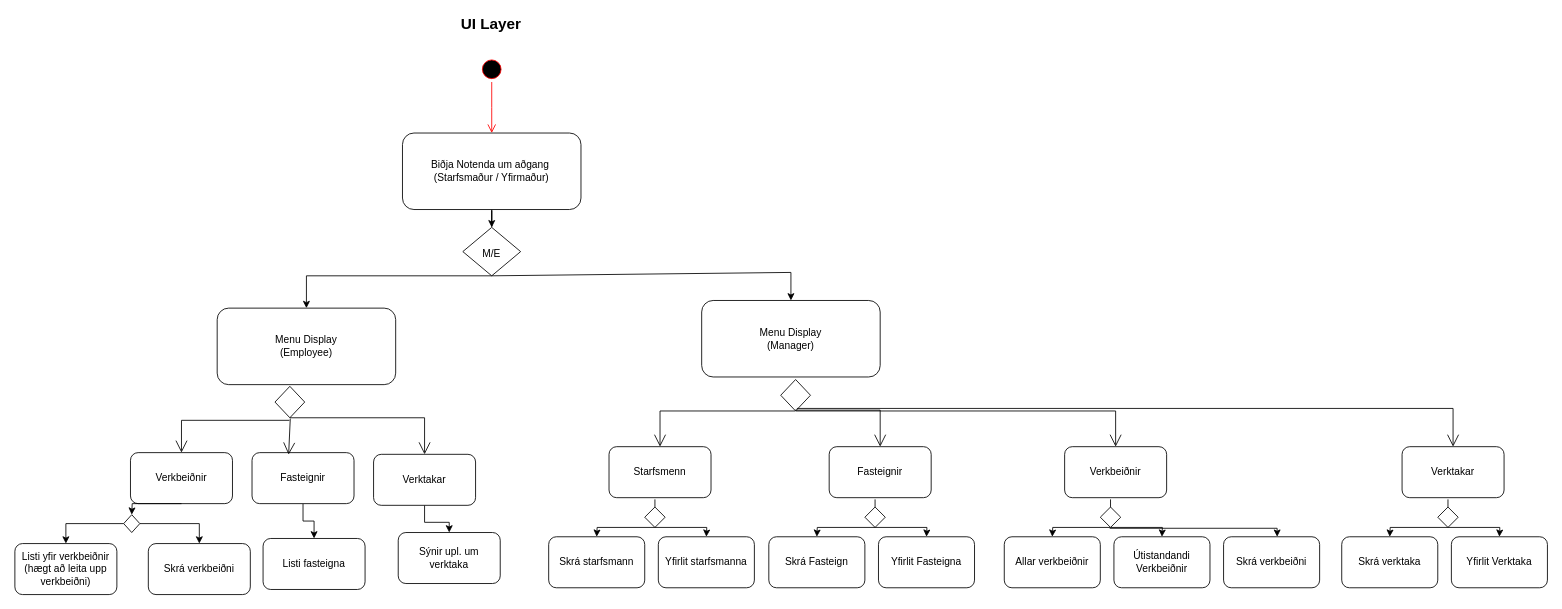
Above: design/rit/State_Diagram_UI.drawio in Sesslja/Verklegtnamskeid-1 (draw.io), before the change. Source tidied: cells renumbered, new cells numbered last; positions are measured from the earlier drawing's top-left corner, leaving out a move shared by most shapes. Both pictures are drawn from the tidied source at 85%, with x=0, y=0 at pixel (14, 15).
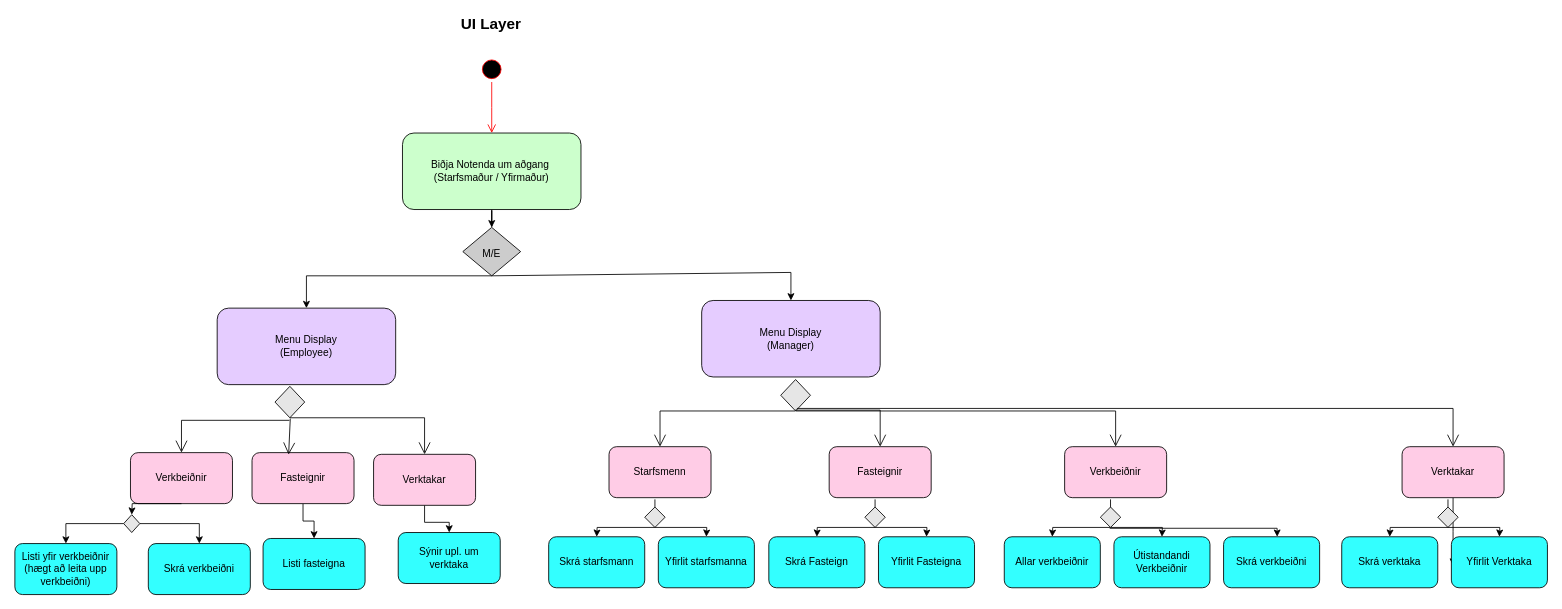
Above is the later version.

Commit message (it also covers changes not shown here):
stórar breytingar á state diagram heildar

The edit, as a diff of the source:
```diff
@@
-    <mxCell id="3" value="Biðja Notenda um aðgang&amp;nbsp;&lt;br&gt;(Starfsmaður / Yfirmaður)" style="rounded=1;whiteSpace=wrap;html=1;" parent="1" vertex="1">
+    <mxCell id="3" value="Biðja Notenda um aðgang&amp;nbsp;&lt;br&gt;(Starfsmaður / Yfirmaður)" style="rounded=1;whiteSpace=wrap;html=1;fillColor=#CCFFCC;" parent="1" vertex="1">
       <mxGeometry x="456" y="138" width="210" height="90" as="geometry" />
     </mxCell>
@@
-    <mxCell id="6" value="Menu Display&lt;br&gt;(Employee)" style="rounded=1;whiteSpace=wrap;html=1;" parent="1" vertex="1">
+    <mxCell id="6" value="Menu Display&lt;br&gt;(Employee)" style="rounded=1;whiteSpace=wrap;html=1;fillColor=#E5CCFF;" parent="1" vertex="1">
       <mxGeometry x="238" y="344" width="210" height="90" as="geometry" />
     </mxCell>
@@
-    <mxCell id="8" value="&lt;font style=&quot;font-size: 12px&quot;&gt;M/E&lt;/font&gt;" style="rhombus;whiteSpace=wrap;html=1;fontSize=18;" parent="1" vertex="1">
+    <mxCell id="8" value="&lt;font style=&quot;font-size: 12px&quot;&gt;M/E&lt;/font&gt;" style="rhombus;whiteSpace=wrap;html=1;fontSize=18;fillColor=#CCCCCC;" parent="1" vertex="1">
       <mxGeometry x="527" y="249" width="68" height="57" as="geometry" />
     </mxCell>
@@
-    <mxCell id="10" value="Menu Display&lt;br&gt;(Manager)" style="rounded=1;whiteSpace=wrap;html=1;" parent="1" vertex="1">
+    <mxCell id="10" value="Menu Display&lt;br&gt;(Manager)" style="rounded=1;whiteSpace=wrap;html=1;fillColor=#E5CCFF;" parent="1" vertex="1">
       <mxGeometry x="808" y="335" width="210" height="90" as="geometry" />
     </mxCell>
@@
-    <mxCell id="12" value="Verkbeiðnir" style="rounded=1;whiteSpace=wrap;html=1;fontSize=12;" parent="1" vertex="1">
+    <mxCell id="12" value="Verkbeiðnir" style="rounded=1;whiteSpace=wrap;html=1;fontSize=12;fillColor=#FFCCE6;" parent="1" vertex="1">
       <mxGeometry x="136" y="514" width="120" height="60" as="geometry" />
     </mxCell>
-    <mxCell id="13" value="Listi fasteigna" style="rounded=1;whiteSpace=wrap;html=1;fontSize=12;" parent="1" vertex="1">
+    <mxCell id="13" value="Listi fasteigna" style="rounded=1;whiteSpace=wrap;html=1;fontSize=12;fillColor=#33FFFF;" parent="1" vertex="1">
       <mxGeometry x="292" y="615" width="120" height="60" as="geometry" />
     </mxCell>
@@
-    <mxCell id="15" value="Verktakar" style="rounded=1;whiteSpace=wrap;html=1;fontSize=12;" parent="1" vertex="1">
+    <mxCell id="15" value="Verktakar" style="rounded=1;whiteSpace=wrap;html=1;fontSize=12;fillColor=#FFCCE6;" parent="1" vertex="1">
       <mxGeometry x="422" y="516" width="120" height="60" as="geometry" />
     </mxCell>
-    <mxCell id="16" value="Listi yfir verkbeiðnir&lt;br&gt;(hægt að leita upp verkbeiðni)" style="rounded=1;whiteSpace=wrap;html=1;fontSize=12;" parent="1" vertex="1">
+    <mxCell id="16" value="Listi yfir verkbeiðnir&lt;br&gt;(hægt að leita upp verkbeiðni)" style="rounded=1;whiteSpace=wrap;html=1;fontSize=12;fillColor=#33FFFF;" parent="1" vertex="1">
       <mxGeometry y="621" width="120" height="60" as="geometry" />
     </mxCell>
@@
-    <mxCell id="18" value="Fasteignir" style="rounded=1;whiteSpace=wrap;html=1;fontSize=12;" parent="1" vertex="1">
+    <mxCell id="18" value="Fasteignir" style="rounded=1;whiteSpace=wrap;html=1;fontSize=12;fillColor=#FFCCE6;" parent="1" vertex="1">
       <mxGeometry x="279" y="514" width="120" height="60" as="geometry" />
     </mxCell>
-    <mxCell id="19" value="Skrá verkbeiðni" style="rounded=1;whiteSpace=wrap;html=1;fontSize=12;" parent="1" vertex="1">
+    <mxCell id="19" value="Skrá verkbeiðni" style="rounded=1;whiteSpace=wrap;html=1;fontSize=12;fillColor=#33FFFF;" parent="1" vertex="1">
       <mxGeometry x="157" y="621" width="120" height="60" as="geometry" />
     </mxCell>
-    <mxCell id="20" value="Sýnir upl. um verktaka" style="rounded=1;whiteSpace=wrap;html=1;fontSize=12;" parent="1" vertex="1">
+    <mxCell id="20" value="Sýnir upl. um verktaka" style="rounded=1;whiteSpace=wrap;html=1;fontSize=12;fillColor=#33FFFF;" parent="1" vertex="1">
       <mxGeometry x="451" y="608" width="120" height="60" as="geometry" />
     </mxCell>
@@
-    <mxCell id="23" style="rhombus;whiteSpace=wrap;html=1;fontSize=12;" parent="1" vertex="1">
+    <mxCell id="23" style="rhombus;whiteSpace=wrap;html=1;fontSize=12;fillColor=#E6E6E6;" parent="1" vertex="1">
       <mxGeometry x="128" y="587" width="19" height="21" as="geometry" />
     </mxCell>
@@
-    <mxCell id="25" value="Starfsmenn" style="rounded=1;whiteSpace=wrap;html=1;fontSize=12;" parent="1" vertex="1">
+    <mxCell id="25" value="Starfsmenn" style="rounded=1;whiteSpace=wrap;html=1;fontSize=12;fillColor=#FFCCE6;" parent="1" vertex="1">
       <mxGeometry x="699" y="507" width="120" height="60" as="geometry" />
     </mxCell>
-    <mxCell id="26" style="rhombus;whiteSpace=wrap;html=1;fontSize=12;" parent="1" vertex="1">
+    <mxCell id="26" style="rhombus;whiteSpace=wrap;html=1;fontSize=12;fillColor=#E6E6E6;" parent="1" vertex="1">
       <mxGeometry x="741" y="578" width="24" height="24" as="geometry" />
     </mxCell>
-    <mxCell id="27" value="Skrá starfsmann" style="rounded=1;whiteSpace=wrap;html=1;fontSize=12;" parent="1" vertex="1">
+    <mxCell id="27" value="Skrá starfsmann" style="rounded=1;whiteSpace=wrap;html=1;fontSize=12;fillColor=#33FFFF;" parent="1" vertex="1">
       <mxGeometry x="628" y="613" width="113" height="60" as="geometry" />
     </mxCell>
-    <mxCell id="28" value="Yfirlit starfsmanna" style="rounded=1;whiteSpace=wrap;html=1;fontSize=12;" parent="1" vertex="1">
+    <mxCell id="28" value="Yfirlit starfsmanna" style="rounded=1;whiteSpace=wrap;html=1;fontSize=12;fillColor=#33FFFF;" parent="1" vertex="1">
       <mxGeometry x="757" y="613" width="113" height="60" as="geometry" />
     </mxCell>
@@
-    <mxCell id="32" style="rhombus;whiteSpace=wrap;html=1;fontSize=12;" parent="1" vertex="1">
+    <mxCell id="32" style="rhombus;whiteSpace=wrap;html=1;fontSize=12;fillColor=#E6E6E6;" parent="1" vertex="1">
       <mxGeometry x="306" y="436" width="35" height="37" as="geometry" />
     </mxCell>
-    <mxCell id="33" style="rhombus;whiteSpace=wrap;html=1;fontSize=12;" parent="1" vertex="1">
+    <mxCell id="33" style="rhombus;whiteSpace=wrap;html=1;fontSize=12;fillColor=#E6E6E6;" parent="1" vertex="1">
       <mxGeometry x="901" y="428" width="35" height="37" as="geometry" />
     </mxCell>
-    <mxCell id="34" value="Fasteignir" style="rounded=1;whiteSpace=wrap;html=1;fontSize=12;" parent="1" vertex="1">
+    <mxCell id="34" value="Fasteignir" style="rounded=1;whiteSpace=wrap;html=1;fontSize=12;fillColor=#FFCCE6;" parent="1" vertex="1">
       <mxGeometry x="958" y="507" width="120" height="60" as="geometry" />
     </mxCell>
-    <mxCell id="35" style="rhombus;whiteSpace=wrap;html=1;fontSize=12;" parent="1" vertex="1">
+    <mxCell id="35" style="rhombus;whiteSpace=wrap;html=1;fontSize=12;fillColor=#E6E6E6;" parent="1" vertex="1">
       <mxGeometry x="1000" y="578" width="24" height="24" as="geometry" />
     </mxCell>
-    <mxCell id="36" value="Skrá Fasteign" style="rounded=1;whiteSpace=wrap;html=1;fontSize=12;" parent="1" vertex="1">
+    <mxCell id="36" value="Skrá Fasteign" style="rounded=1;whiteSpace=wrap;html=1;fontSize=12;fillColor=#33FFFF;" parent="1" vertex="1">
       <mxGeometry x="887" y="613" width="113" height="60" as="geometry" />
     </mxCell>
-    <mxCell id="37" value="Yfirlit Fasteigna" style="rounded=1;whiteSpace=wrap;html=1;fontSize=12;" parent="1" vertex="1">
+    <mxCell id="37" value="Yfirlit Fasteigna" style="rounded=1;whiteSpace=wrap;html=1;fontSize=12;fillColor=#33FFFF;" parent="1" vertex="1">
       <mxGeometry x="1016" y="613" width="113" height="60" as="geometry" />
     </mxCell>
@@
-    <mxCell id="41" value="Verkbeiðnir" style="rounded=1;whiteSpace=wrap;html=1;fontSize=12;" parent="1" vertex="1">
+    <mxCell id="41" value="Verkbeiðnir" style="rounded=1;whiteSpace=wrap;html=1;fontSize=12;fillColor=#FFCCE6;" parent="1" vertex="1">
       <mxGeometry x="1235" y="507" width="120" height="60" as="geometry" />
     </mxCell>
-    <mxCell id="42" style="rhombus;whiteSpace=wrap;html=1;fontSize=12;" parent="1" vertex="1">
+    <mxCell id="42" style="rhombus;whiteSpace=wrap;html=1;fontSize=12;fillColor=#E6E6E6;" parent="1" vertex="1">
       <mxGeometry x="1277" y="578" width="24" height="24" as="geometry" />
     </mxCell>
-    <mxCell id="43" value="Allar verkbeiðnir" style="rounded=1;whiteSpace=wrap;html=1;fontSize=12;" parent="1" vertex="1">
+    <mxCell id="43" value="Allar verkbeiðnir" style="rounded=1;whiteSpace=wrap;html=1;fontSize=12;fillColor=#33FFFF;" parent="1" vertex="1">
       <mxGeometry x="1164" y="613" width="113" height="60" as="geometry" />
     </mxCell>
-    <mxCell id="44" value="Útistandandi Verkbeiðnir" style="rounded=1;whiteSpace=wrap;html=1;fontSize=12;" parent="1" vertex="1">
+    <mxCell id="44" value="Útistandandi Verkbeiðnir" style="rounded=1;whiteSpace=wrap;html=1;fontSize=12;fillColor=#33FFFF;" parent="1" vertex="1">
       <mxGeometry x="1293" y="613" width="113" height="60" as="geometry" />
     </mxCell>
@@
-    <mxCell id="49" value="Skrá verkbeiðni" style="rounded=1;whiteSpace=wrap;html=1;fontSize=12;" parent="1" vertex="1">
+    <mxCell id="49" value="Skrá verkbeiðni" style="rounded=1;whiteSpace=wrap;html=1;fontSize=12;fillColor=#33FFFF;" parent="1" vertex="1">
       <mxGeometry x="1422" y="613" width="113" height="60" as="geometry" />
     </mxCell>
+    <mxCell id="64" style="edgeStyle=orthogonalEdgeStyle;rounded=0;jettySize=auto;html=1;fontSize=12;" parent="1" edge="1" source="50">
+      <mxGeometry relative="1" as="geometry">
+        <mxPoint x="1692" y="647" as="targetPoint" />
+      </mxGeometry>
+    </mxCell>
-    <mxCell id="50" value="Verktakar" style="rounded=1;whiteSpace=wrap;html=1;fontSize=12;" parent="1" vertex="1">
+    <mxCell id="50" value="Verktakar" style="rounded=1;whiteSpace=wrap;html=1;fontSize=12;fillColor=#FFCCE6;" parent="1" vertex="1">
       <mxGeometry x="1632" y="507" width="120" height="60" as="geometry" />
     </mxCell>
-    <mxCell id="51" style="rhombus;whiteSpace=wrap;html=1;fontSize=12;" parent="1" vertex="1">
+    <mxCell id="51" style="rhombus;whiteSpace=wrap;html=1;fontSize=12;fillColor=#E6E6E6;" parent="1" vertex="1">
       <mxGeometry x="1674" y="578" width="24" height="24" as="geometry" />
     </mxCell>
-    <mxCell id="52" value="Skrá verktaka" style="rounded=1;whiteSpace=wrap;html=1;fontSize=12;" parent="1" vertex="1">
+    <mxCell id="52" value="Skrá verktaka" style="rounded=1;whiteSpace=wrap;html=1;fontSize=12;fillColor=#33FFFF;" parent="1" vertex="1">
       <mxGeometry x="1561" y="613" width="113" height="60" as="geometry" />
     </mxCell>
-    <mxCell id="53" value="Yfirlit Verktaka" style="rounded=1;whiteSpace=wrap;html=1;fontSize=12;" parent="1" vertex="1">
+    <mxCell id="53" value="Yfirlit Verktaka" style="rounded=1;whiteSpace=wrap;html=1;fontSize=12;fillColor=#33FFFF;" parent="1" vertex="1">
       <mxGeometry x="1690" y="613" width="113" height="60" as="geometry" />
     </mxCell>
```
